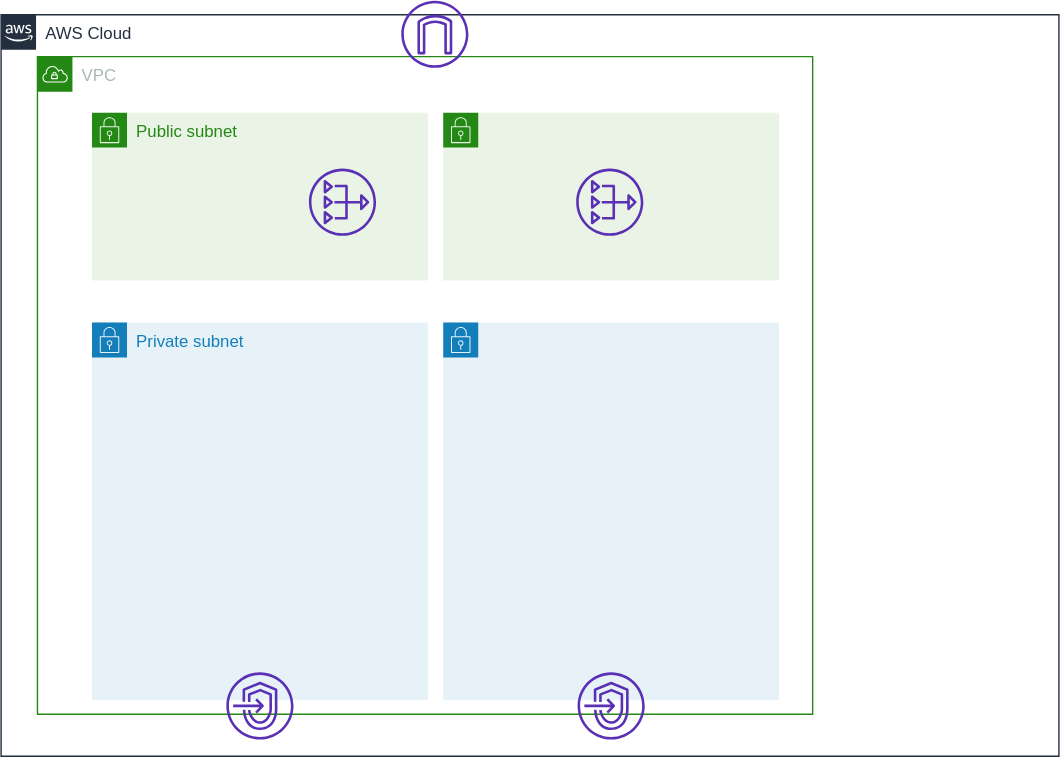
This is documents/images/use-network.svg from moriryota62/ecs-cicd, a draw.io export, as it was before one commit. Source tidied: cells renumbered, new cells last; positions are measured from the earlier drawing's top-left corner, leaving out a move shared by most shapes.
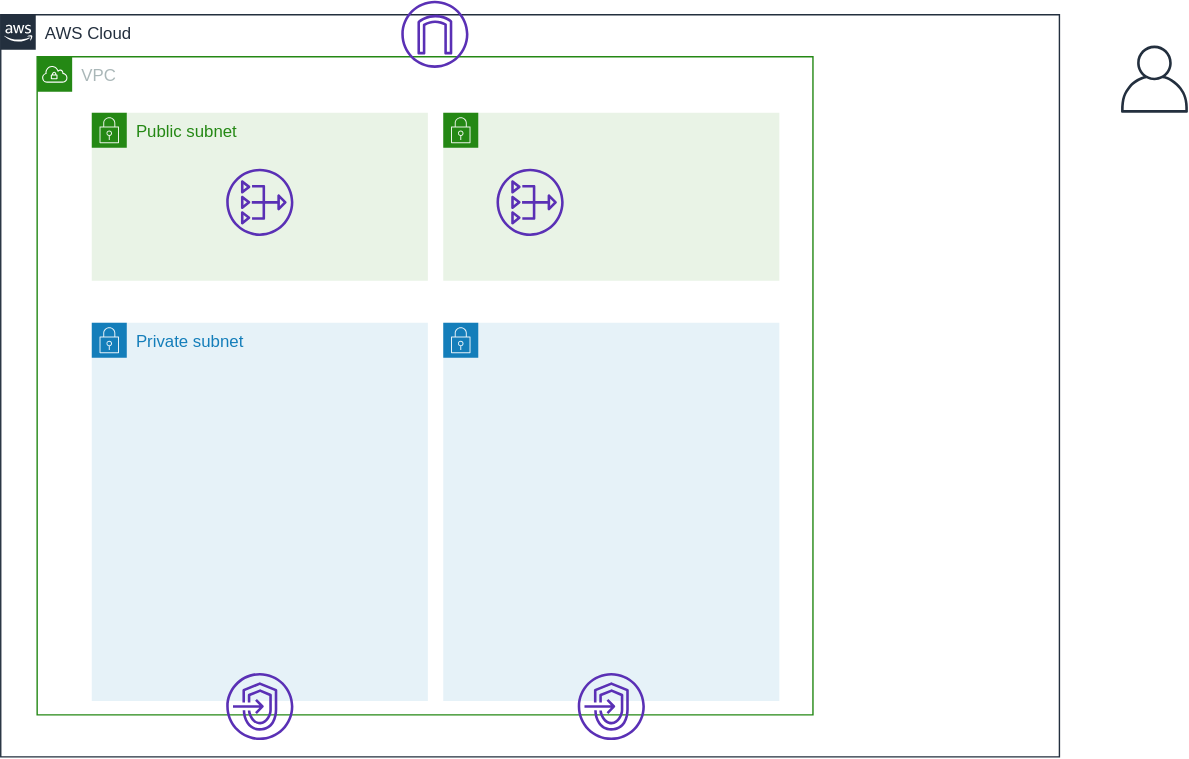
The same file after the commit.

The edit, as a diff of the source:
```diff
@@ -24,7 +24,7 @@
       <mxGeometry x="316" y="230" width="240" height="270" as="geometry" />
     </mxCell>
     <mxCell id="9" style="fontColor=#232F3E;gradientColor=none;fillColor=#5A30B5;strokeColor=none;dashed=0;verticalLabelPosition=bottom;verticalAlign=top;align=center;html=1;fontSize=12;fontStyle=0;shape=mxgraph.aws4.nat_gateway;" parent="1" vertex="1">
-      <mxGeometry x="411" y="120" width="48" height="48" as="geometry" />
+      <mxGeometry x="161" y="120" width="48" height="48" as="geometry" />
     </mxCell>
     <mxCell id="10" style="fontColor=#232F3E;gradientColor=none;fillColor=#5A30B5;strokeColor=none;dashed=0;verticalLabelPosition=bottom;verticalAlign=top;align=center;html=1;fontSize=12;fontStyle=0;shape=mxgraph.aws4.endpoints;" parent="1" vertex="1">
       <mxGeometry x="161" y="480" width="48" height="48" as="geometry" />
@@ -33,7 +33,10 @@
       <mxGeometry x="412" y="480" width="48" height="48" as="geometry" />
     </mxCell>
     <mxCell id="12" style="fontColor=#232F3E;gradientColor=none;fillColor=#5A30B5;strokeColor=none;dashed=0;verticalLabelPosition=bottom;verticalAlign=top;align=center;html=1;fontSize=12;fontStyle=0;shape=mxgraph.aws4.nat_gateway;" parent="1" vertex="1">
-      <mxGeometry x="220" y="120" width="48" height="48" as="geometry" />
+      <mxGeometry x="354" y="120" width="48" height="48" as="geometry" />
     </mxCell>
+    <mxCell id="13" style="fontColor=#232F3E;gradientColor=none;fillColor=#232F3E;strokeColor=none;dashed=0;verticalLabelPosition=bottom;verticalAlign=top;align=center;html=1;fontSize=12;fontStyle=0;shape=mxgraph.aws4.user;" parent="1" vertex="1">
+      <mxGeometry x="800" y="32" width="48" height="48" as="geometry" />
+    </mxCell>
   </root>
 </mxGraphModel>
```
